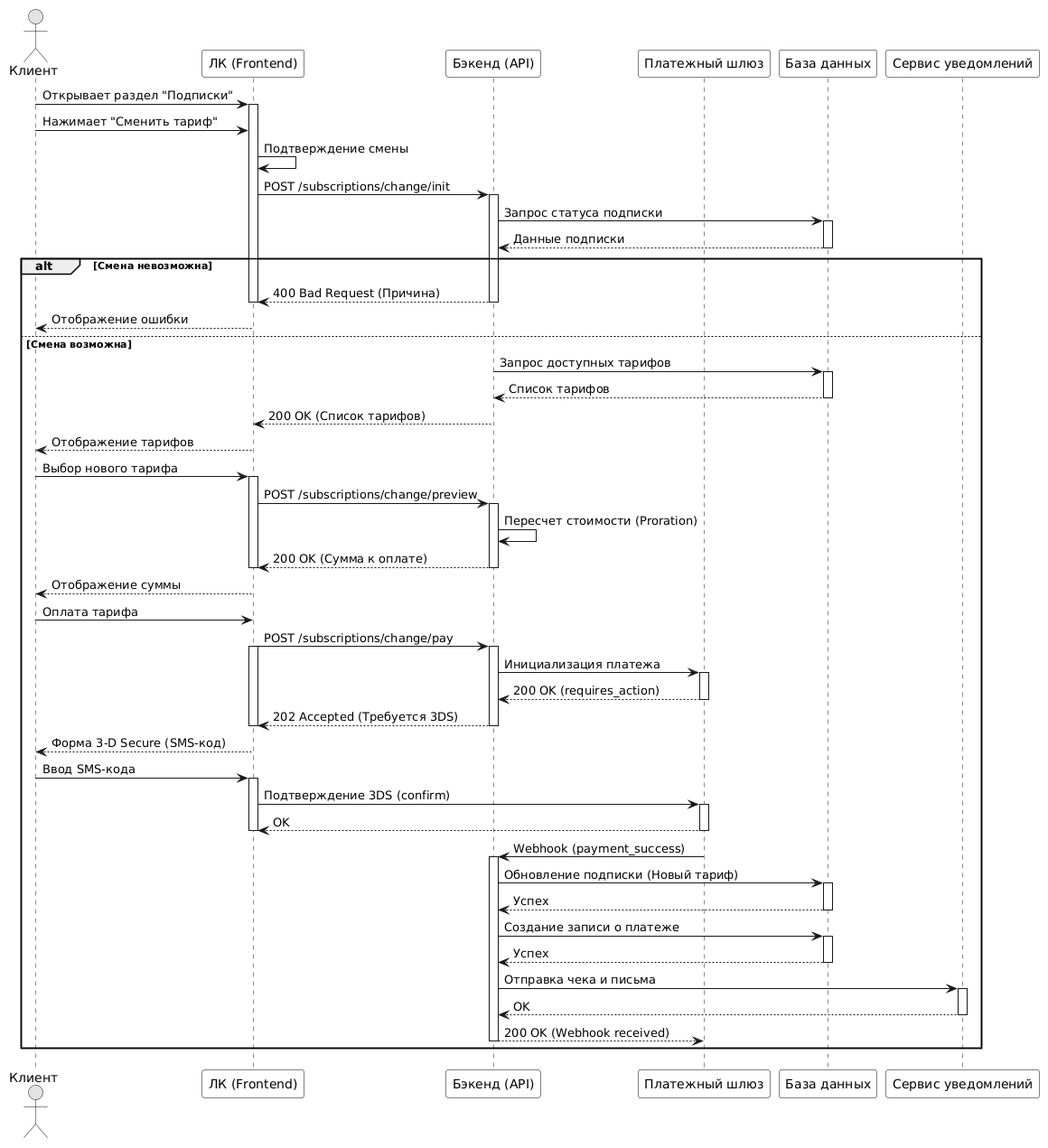
Above: 05_Sequence diagram/смена тарифа.png in AngelinaK280004/subscription-management-system (PlantUML), before the change.
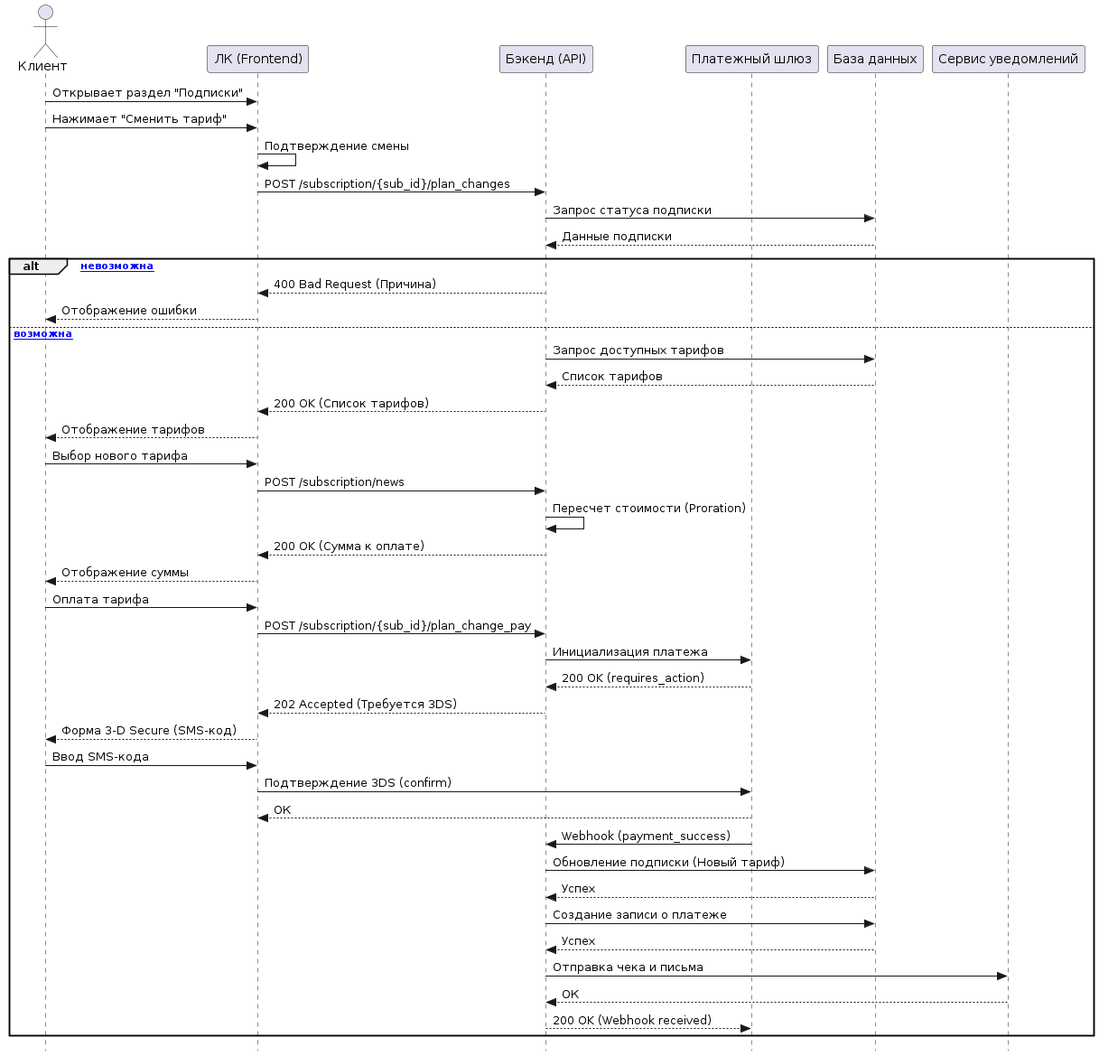
The same diagram one commit later.

Change to the diagram source:
```diff
@@ -1,101 +1,52 @@
 @startuml
-skinparam monochrome true
-skinparam shadowing false
-skinparam defaultFontName Arial
-skinparam ParticipantBackgroundColor white
-skinparam ParticipantBorderColor black
-skinparam NoteBackgroundColor white
-skinparam NoteBorderColor black
+skinparam style strictuml
+actor Клиент
+participant "ЛК (Frontend)" as Frontend
+participant "Бэкенд (API)" as Backend
+participant "Платежный шлюз" as PaymentGateway
+participant "База данных" as DB
+participant "Сервис уведомлений" as Notification
 
-actor "Клиент" as User
-participant "ЛК (Frontend)" as UI
-participant "Бэкенд (API)" as API
-participant "Платежный шлюз" as PG
-participant "База данных" as DB
-participant "Сервис уведомлений" as Notif
+Клиент -> Frontend : Открывает раздел "Подписки"
+Клиент -> Frontend : Нажимает "Сменить тариф"
+Frontend -> Frontend : Подтверждение смены
+Frontend -> Backend : POST /subscription/{sub_id}/plan_changes
+Backend -> DB : Запрос статуса подписки
+DB --> Backend : Данные подписки
 
-User -> UI: Открывает раздел "Подписки"
-activate UI
-User -> UI: Нажимает "Сменить тариф"
-UI -> UI: Подтверждение смены
+alt [Смена невозможна]
+    Backend --> Frontend : 400 Bad Request (Причина)
+    Frontend --> Клиент : Отображение ошибки
+else [Смена возможна]
+    Backend -> DB : Запрос доступных тарифов
+    DB --> Backend : Список тарифов
+    Backend --> Frontend : 200 OK (Список тарифов)
+    Frontend --> Клиент : Отображение тарифов
 
-UI -> API: POST /subscriptions/change/init
-activate API
+    Клиент -> Frontend : Выбор нового тарифа
+    Frontend -> Backend : POST /subscription/news
+    Backend -> Backend : Пересчет стоимости (Proration)
+    Backend --> Frontend : 200 OK (Сумма к оплате)
+    Frontend --> Клиент : Отображение суммы
 
-API -> DB: Запрос статуса подписки
-activate DB
-DB --> API: Данные подписки
-deactivate DB
+    Клиент -> Frontend : Оплата тарифа
+    Frontend -> Backend : POST /subscription/{sub_id}/plan_change_pay
+    Backend -> PaymentGateway : Инициализация платежа
+    PaymentGateway --> Backend : 200 OK (requires_action)
+    Backend --> Frontend : 202 Accepted (Требуется 3DS)
 
-alt Смена невозможна
-    API --> UI: 400 Bad Request (Причина)
-    deactivate API
-    deactivate UI
-    UI --> User: Отображение ошибки
-else Смена возможна
-    API -> DB: Запрос доступных тарифов
-    activate DB
-    DB --> API: Список тарифов
-    deactivate DB
-    API --> UI: 200 OK (Список тарифов)
-    deactivate API
-    deactivate UI
+    Frontend --> Клиент : Форма 3-D Secure (SMS-код)
+    Клиент -> Frontend : Ввод SMS-кода
+    Frontend -> PaymentGateway : Подтверждение 3DS (confirm)
+    PaymentGateway --> Frontend : ОК
 
-    UI --> User: Отображение тарифов
-
-    User -> UI: Выбор нового тарифа
-    activate UI
-    UI -> API: POST /subscriptions/change/preview
-    activate API
-    API -> API: Пересчет стоимости (Proration)
-    API --> UI: 200 OK (Сумма к оплате)
-    deactivate API
-    deactivate UI
-
-    UI --> User: Отображение суммы
-    User -> UI: Оплата тарифа
-
-    UI -> API: POST /subscriptions/change/pay
-    activate UI
-    activate API
-
-    API -> PG: Инициализация платежа
-    activate PG
-    PG --> API: 200 OK (requires_action)
-    deactivate PG
-
-    API --> UI: 202 Accepted (Требуется 3DS)
-    deactivate API
-    deactivate UI
-
-    UI --> User: Форма 3-D Secure (SMS-код)
-    User -> UI: Ввод SMS-кода
-    activate UI
-    UI -> PG: Подтверждение 3DS (confirm)
-    activate PG
-    PG --> UI: OK
-    deactivate PG
-    deactivate UI
-
-    PG -> API: Webhook (payment_success)
-    activate API
-
-    API -> DB: Обновление подписки (Новый тариф)
-    activate DB
-    DB --> API: Успех
-    deactivate DB
-
-    API -> DB: Создание записи о платеже
-    activate DB
-    DB --> API: Успех
-    deactivate DB
-
-    API -> Notif: Отправка чека и письма
-    activate Notif
-    Notif --> API: OK
-    deactivate Notif
-
-    API --> PG: 200 OK (Webhook received)
-    deactivate API
+    PaymentGateway -> Backend : Webhook (payment_success)
+    Backend -> DB : Обновление подписки (Новый тариф)
+    DB --> Backend : Успех
+    Backend -> DB : Создание записи о платеже
+    DB --> Backend : Успех
+    Backend -> Notification : Отправка чека и письма
+    Notification --> Backend : ОК
+    Backend --> PaymentGateway : 200 OK (Webhook received)
 end
 @enduml
```
